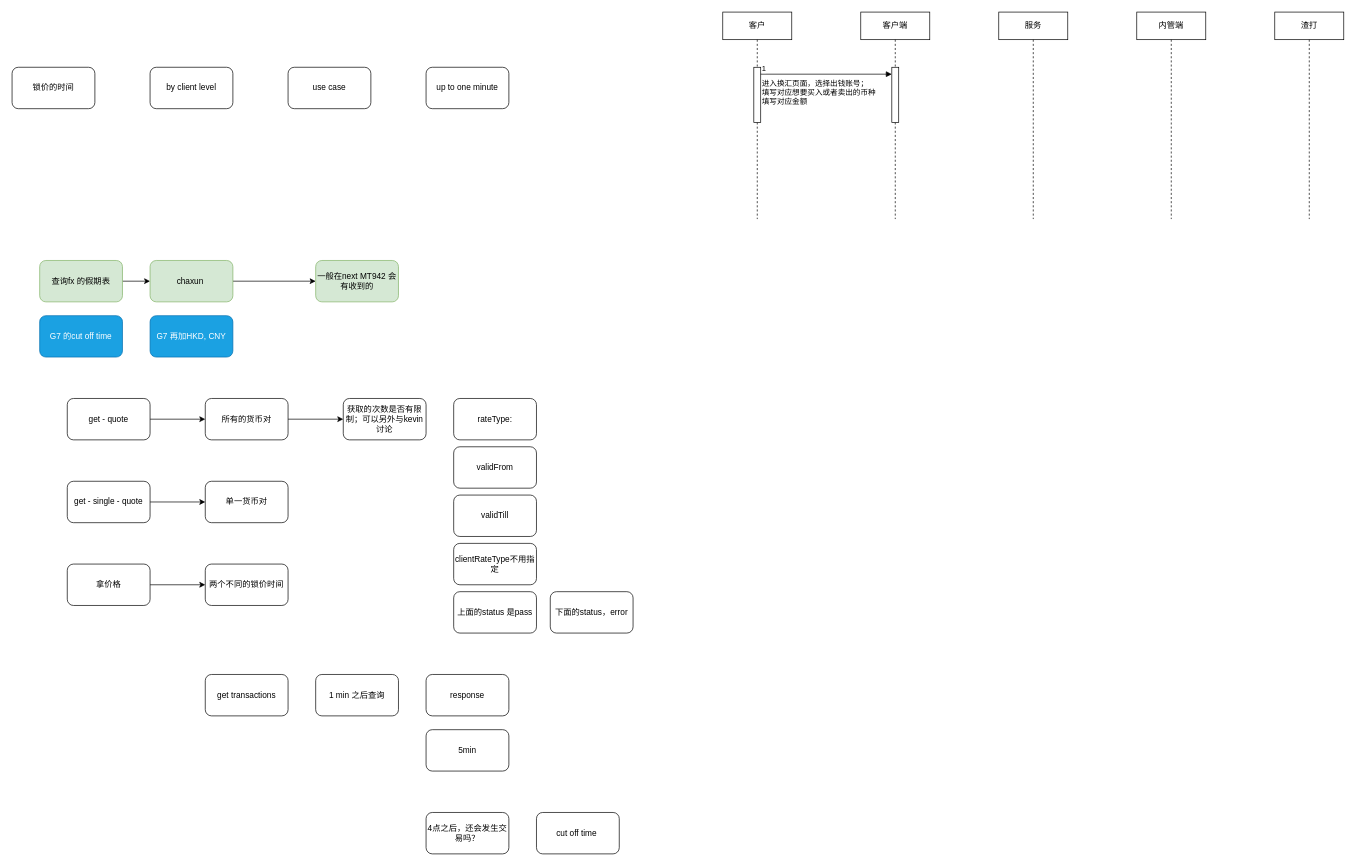
This is LLSI/SCB fx.drawio from 0573xieguojia/To-program, a draw.io file, before an edit. Source tidied: cells renumbered, new cells numbered last; positions are measured from the earlier drawing's top-left corner, leaving out a move shared by most shapes. Both pictures are drawn from the tidied source at 69%, with x=0, y=0 at pixel (12, 12).
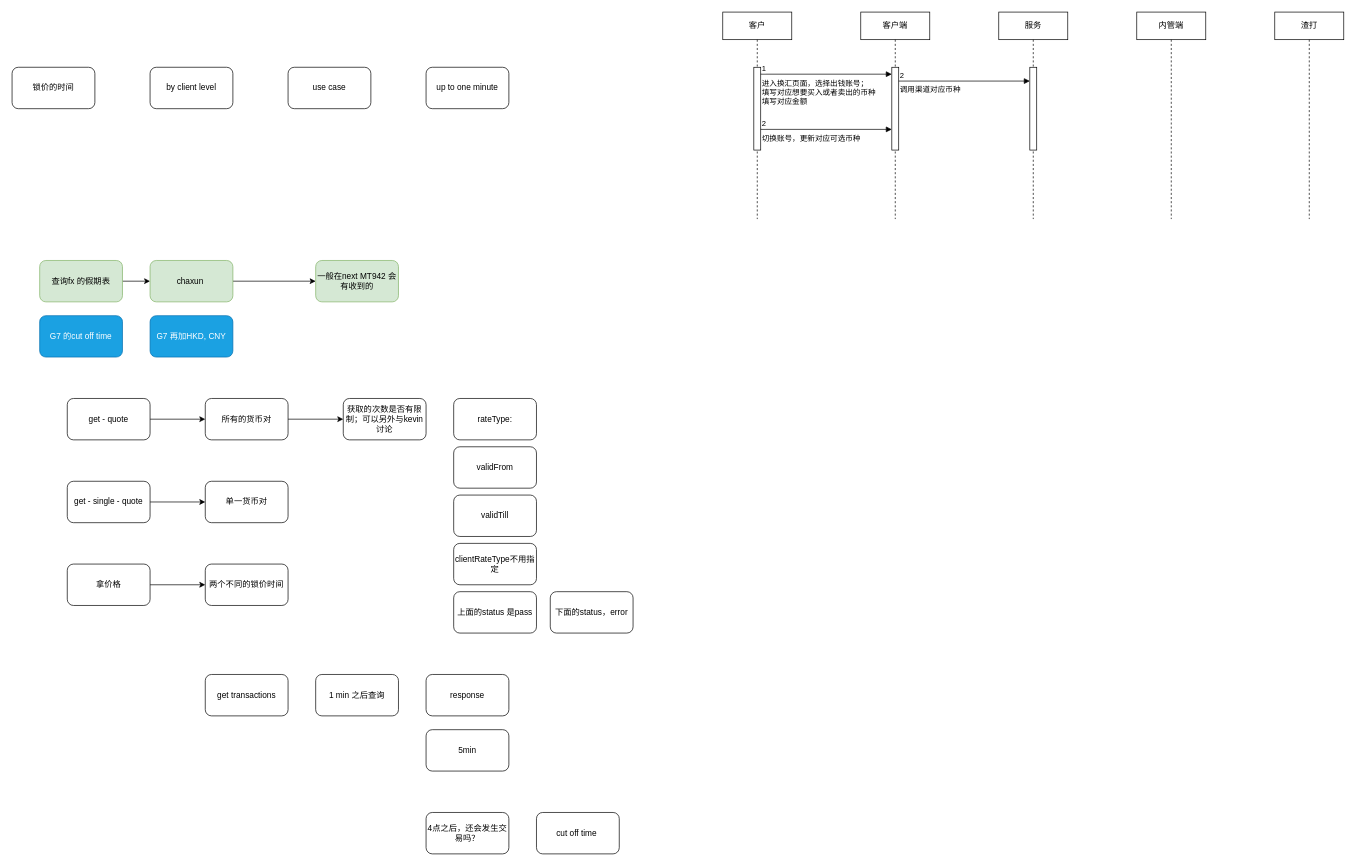
After the change.

The change refers to these unchanged cells:
```xml
<mxCell id="36" value="客户" style="shape=umlLifeline;perimeter=lifelinePerimeter;whiteSpace=wrap;html=1;newEdgeStyle={&quot;curved&quot;:0,&quot;rounded&quot;:0};" parent="1" vertex="1">
  <mxGeometry x="1030" width="100" height="300" as="geometry" />
</mxCell>
<mxCell id="38" value="客户端" style="shape=umlLifeline;perimeter=lifelinePerimeter;whiteSpace=wrap;html=1;newEdgeStyle={&quot;curved&quot;:0,&quot;rounded&quot;:0};" parent="1" vertex="1">
  <mxGeometry x="1230" width="100" height="300" as="geometry" />
</mxCell>
<mxCell id="40" value="服务" style="shape=umlLifeline;perimeter=lifelinePerimeter;whiteSpace=wrap;html=1;newEdgeStyle={&quot;curved&quot;:0,&quot;rounded&quot;:0};" parent="1" vertex="1">
  <mxGeometry x="1430" width="100" height="300" as="geometry" />
</mxCell>
```

Diff of the diagram source:
```diff
@@
     <mxCell id="37" style="html=1;perimeter=orthogonalPerimeter;targetShapes=umlLifeline;newEdgeStyle={&quot;curved&quot;:0,&quot;rounded&quot;:0};" parent="36" vertex="1">
-      <mxGeometry x="45" y="80" width="10" height="80" as="geometry" />
+      <mxGeometry x="45" y="80" width="10" height="120" as="geometry" />
     </mxCell>
@@
     <mxCell id="39" style="html=1;perimeter=orthogonalPerimeter;targetShapes=umlLifeline;newEdgeStyle={&quot;curved&quot;:0,&quot;rounded&quot;:0};" parent="38" vertex="1">
-      <mxGeometry x="45" y="80" width="10" height="80" as="geometry" />
+      <mxGeometry x="45" y="80" width="10" height="120" as="geometry" />
     </mxCell>
@@
+    <mxCell id="45" style="html=1;perimeter=orthogonalPerimeter;targetShapes=umlLifeline;newEdgeStyle={&quot;curved&quot;:0,&quot;rounded&quot;:0};" parent="40" vertex="1">
+      <mxGeometry x="45" y="80" width="10" height="120" as="geometry" />
+    </mxCell>
@@
+    <mxCell id="46" value="切换账号，更新对应可选币种" style="endArrow=block;endFill=1;html=1;edgeStyle=orthogonalEdgeStyle;align=left;verticalAlign=top;rounded=0;" parent="1" edge="1">
+      <mxGeometry x="-1" relative="1" as="geometry">
+        <mxPoint x="1085" y="170" as="sourcePoint" />
+        <mxPoint x="1275" y="170" as="targetPoint" />
+      </mxGeometry>
+    </mxCell>
+    <mxCell id="47" value="2" style="edgeLabel;html=1;align=left;verticalAlign=bottom;" parent="46" vertex="1">
+      <mxGeometry x="-1" relative="1" as="geometry" />
+    </mxCell>
+    <mxCell id="48" value="调用渠道对应币种" style="endArrow=block;endFill=1;html=1;edgeStyle=orthogonalEdgeStyle;align=left;verticalAlign=top;rounded=0;" parent="1" edge="1">
+      <mxGeometry x="-1" relative="1" as="geometry">
+        <mxPoint x="1285" y="100" as="sourcePoint" />
+        <mxPoint x="1475" y="100" as="targetPoint" />
+      </mxGeometry>
+    </mxCell>
+    <mxCell id="49" value="2" style="edgeLabel;html=1;align=left;verticalAlign=bottom;" parent="48" vertex="1">
+      <mxGeometry x="-1" relative="1" as="geometry" />
+    </mxCell>
```
